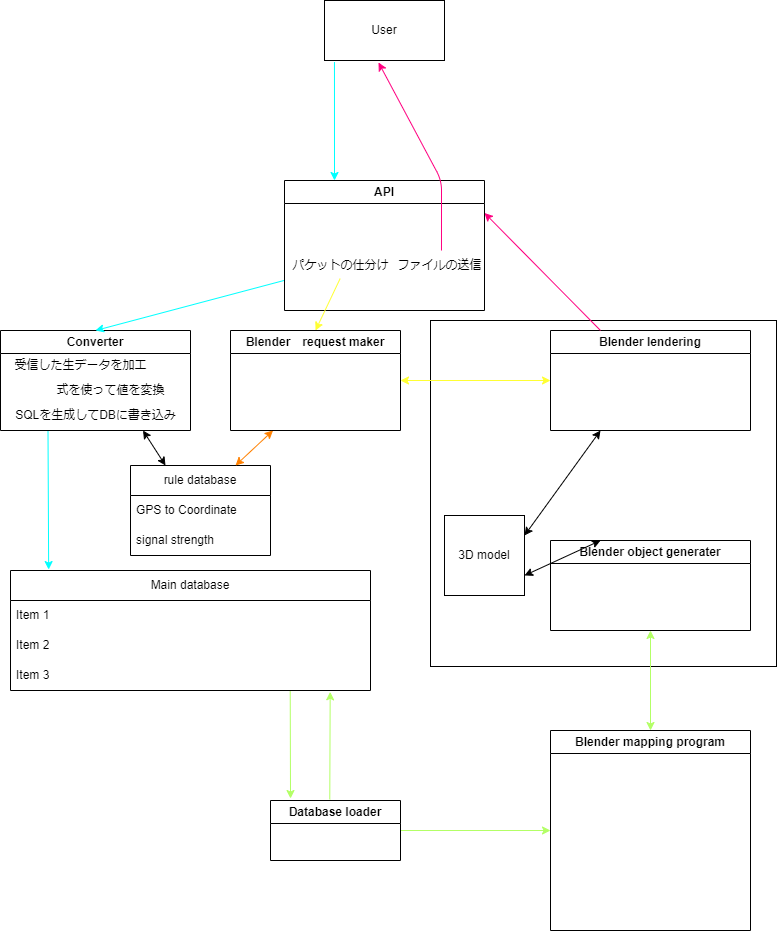
Above: setting/main.drawio.png in nanten-pi/PLATEAUpront (draw.io), before the change. Source tidied: cells renumbered, new cells last; positions are measured from the earlier drawing's top-left corner, leaving out a move shared by most shapes.
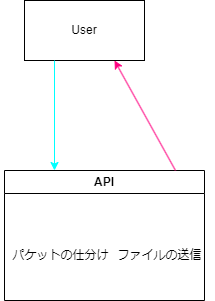
Above is the later version.

Change to the diagram source:
```diff
@@ -2,14 +2,11 @@
   <root>
     <mxCell id="0" />
     <mxCell id="1" parent="0" />
-    <mxCell id="2" style="whiteSpace=wrap;html=1;" parent="1" vertex="1">
-      <mxGeometry x="430" y="320" width="346" height="346" as="geometry" />
-    </mxCell>
     <mxCell id="3" value="User" style="rounded=0;whiteSpace=wrap;html=1;" parent="1" vertex="1">
-      <mxGeometry x="324" width="120" height="60" as="geometry" />
+      <mxGeometry x="290" y="10" width="120" height="60" as="geometry" />
     </mxCell>
     <mxCell id="4" value="API" style="swimlane;whiteSpace=wrap;html=1;" parent="1" vertex="1">
-      <mxGeometry x="284" y="180" width="200" height="130" as="geometry" />
+      <mxGeometry x="270" y="180" width="200" height="130" as="geometry" />
     </mxCell>
     <mxCell id="5" value="パケットの仕分け" style="text;html=1;align=center;verticalAlign=middle;points=[];strokeColor=none;fillColor=none;" parent="4" vertex="1">
       <mxGeometry x="-4" y="70" width="120" height="30" as="geometry" />
@@ -17,105 +14,18 @@
     <mxCell id="6" value="ファイルの送信" style="text;html=1;align=center;verticalAlign=middle;points=[];strokeColor=none;fillColor=none;" parent="4" vertex="1">
       <mxGeometry x="100" y="70" width="110" height="30" as="geometry" />
     </mxCell>
-    <mxCell id="7" style="endArrow=classic;html=1;entryX=0.45;entryY=1.033;entryDx=0;entryDy=0;entryPerimeter=0;exitX=0.518;exitY=0;exitDx=0;exitDy=0;exitPerimeter=0;fillColor=#d80073;strokeColor=#FF0080;" parent="1" edge="1" source="6" target="3">
+    <mxCell id="7" style="endArrow=classic;html=1;entryX=0.75;entryY=1;entryDx=0;entryDy=0;fillColor=#d80073;strokeColor=#FF0080;" parent="1" edge="1" target="3">
       <mxGeometry relative="1" as="geometry">
+        <mxPoint x="441" y="180" as="sourcePoint" />
         <Array as="points">
           <mxPoint x="441" y="180" />
         </Array>
       </mxGeometry>
     </mxCell>
-    <mxCell id="8" style="endArrow=classic;html=1;exitX=0.497;exitY=0.937;exitDx=0;exitDy=0;exitPerimeter=0;entryX=0.5;entryY=0;entryDx=0;entryDy=0;strokeColor=#FFFF33;fillColor=#6a00ff;" parent="1" edge="1" source="5" target="9">
-      <mxGeometry relative="1" as="geometry" />
-    </mxCell>
-    <mxCell id="9" value="Blender　request maker" style="swimlane;whiteSpace=wrap;html=1;" parent="1" vertex="1">
-      <mxGeometry x="230" y="330" width="170" height="100" as="geometry" />
-    </mxCell>
-    <mxCell id="10" style="edgeStyle=none;html=1;exitX=0.25;exitY=1;exitDx=0;exitDy=0;entryX=0.106;entryY=-0.008;entryDx=0;entryDy=0;entryPerimeter=0;strokeColor=#00FFFF;" parent="1" edge="1" source="11" target="21">
-      <mxGeometry relative="1" as="geometry" />
-    </mxCell>
-    <mxCell id="11" value="Converter" style="swimlane;whiteSpace=wrap;html=1;" parent="1" vertex="1">
-      <mxGeometry y="330" width="190" height="100" as="geometry" />
-    </mxCell>
-    <mxCell id="12" value="受信した生データを加工" style="text;html=1;align=center;verticalAlign=middle;strokeColor=none;fillColor=none;" parent="11" vertex="1">
-      <mxGeometry y="20" width="160" height="30" as="geometry" />
-    </mxCell>
-    <mxCell id="13" value="SQLを生成してDBに書き込み" style="text;html=1;align=center;verticalAlign=middle;strokeColor=none;fillColor=none;" parent="11" vertex="1">
-      <mxGeometry x="5" y="70" width="180" height="30" as="geometry" />
-    </mxCell>
-    <mxCell id="14" style="endArrow=classic;html=1;entryX=0.5;entryY=0;entryDx=0;entryDy=0;strokeColor=#00FFFF;" parent="1" edge="1" source="5" target="11">
-      <mxGeometry relative="1" as="geometry" />
-    </mxCell>
-    <mxCell id="15" value="rule database" style="swimlane;fontStyle=0;horizontal=1;startSize=30;whiteSpace=wrap;html=1;" parent="1" vertex="1">
-      <mxGeometry x="130" y="465" width="140" height="90" as="geometry" />
-    </mxCell>
-    <mxCell id="16" value="GPS to&amp;nbsp;&lt;span style=&quot;background-color: initial;&quot;&gt;Coordinate&lt;/span&gt;" style="text;strokeColor=none;fillColor=none;align=left;verticalAlign=middle;spacingLeft=4;spacingRight=4;overflow=hidden;whiteSpace=wrap;html=1;" parent="15" vertex="1">
-      <mxGeometry y="30" width="140" height="30" as="geometry" />
-    </mxCell>
-    <mxCell id="17" value="&lt;span lang=&quot;en&quot; class=&quot;HwtZe&quot;&gt;signal strength&lt;/span&gt;" style="text;strokeColor=none;fillColor=none;align=left;verticalAlign=middle;spacingLeft=4;spacingRight=4;overflow=hidden;whiteSpace=wrap;html=1;" parent="15" vertex="1">
-      <mxGeometry y="60" width="140" height="30" as="geometry" />
-    </mxCell>
-    <mxCell id="18" style="endArrow=classic;startArrow=classic;html=1;exitX=0.25;exitY=0;exitDx=0;exitDy=0;entryX=0.75;entryY=1;entryDx=0;entryDy=0;" parent="1" edge="1" source="15" target="11">
-      <mxGeometry relative="1" as="geometry" />
-    </mxCell>
-    <mxCell id="19" style="endArrow=classic;startArrow=classic;html=1;exitX=0.75;exitY=0;exitDx=0;exitDy=0;entryX=0.25;entryY=1;entryDx=0;entryDy=0;strokeColor=#FF8000;" parent="1" edge="1" source="15" target="9">
-      <mxGeometry relative="1" as="geometry" />
-    </mxCell>
-    <mxCell id="20" style="edgeStyle=none;html=1;exitX=0.777;exitY=1.008;exitDx=0;exitDy=0;entryX=0.154;entryY=-0.033;entryDx=0;entryDy=0;strokeColor=#B3FF66;exitPerimeter=0;entryPerimeter=0;fillColor=#60a917;" parent="1" edge="1" source="24" target="27">
-      <mxGeometry relative="1" as="geometry" />
-    </mxCell>
-    <mxCell id="21" value="Main database" style="swimlane;fontStyle=0;horizontal=1;startSize=30;whiteSpace=wrap;html=1;" parent="1" vertex="1">
-      <mxGeometry x="10" y="570" width="360" height="120" as="geometry" />
-    </mxCell>
-    <mxCell id="22" value="Item 1" style="text;strokeColor=none;fillColor=none;align=left;verticalAlign=middle;spacingLeft=4;spacingRight=4;overflow=hidden;whiteSpace=wrap;html=1;" parent="21" vertex="1">
-      <mxGeometry y="30" width="360" height="30" as="geometry" />
-    </mxCell>
-    <mxCell id="23" value="Item 2" style="text;strokeColor=none;fillColor=none;align=left;verticalAlign=middle;spacingLeft=4;spacingRight=4;overflow=hidden;whiteSpace=wrap;html=1;" parent="21" vertex="1">
-      <mxGeometry y="60" width="360" height="30" as="geometry" />
-    </mxCell>
-    <mxCell id="24" value="Item 3" style="text;strokeColor=none;fillColor=none;align=left;verticalAlign=middle;spacingLeft=4;spacingRight=4;overflow=hidden;points=[[0,0.5],[1,0.5]];portConstraint=eastwest;whiteSpace=wrap;html=1;" parent="21" vertex="1">
-      <mxGeometry y="90" width="360" height="30" as="geometry" />
-    </mxCell>
-    <mxCell id="25" style="edgeStyle=none;html=1;exitX=0.456;exitY=-0.017;exitDx=0;exitDy=0;strokeColor=#B3FF66;fillColor=#60a917;entryX=0.888;entryY=1.045;entryDx=0;entryDy=0;entryPerimeter=0;exitPerimeter=0;" parent="1" edge="1" source="27" target="24">
-      <mxGeometry relative="1" as="geometry" />
-    </mxCell>
-    <mxCell id="26" style="edgeStyle=none;html=1;exitX=1;exitY=0.5;exitDx=0;exitDy=0;entryX=0;entryY=0.5;entryDx=0;entryDy=0;strokeColor=#B3FF66;fillColor=#60a917;" parent="1" edge="1" source="27" target="33">
-      <mxGeometry relative="1" as="geometry" />
-    </mxCell>
-    <mxCell id="27" value="Database loader" style="swimlane;whiteSpace=wrap;html=1;" parent="1" vertex="1">
-      <mxGeometry x="270" y="800" width="130" height="60" as="geometry" />
-    </mxCell>
-    <mxCell id="28" value="Blender lendering" style="swimlane;whiteSpace=wrap;html=1;" parent="1" vertex="1">
-      <mxGeometry x="550" y="330" width="200" height="100" as="geometry" />
-    </mxCell>
-    <mxCell id="29" style="endArrow=classic;startArrow=classic;html=1;exitX=1;exitY=0.5;exitDx=0;exitDy=0;strokeColor=#FFFF33;entryX=0;entryY=0.5;entryDx=0;entryDy=0;" parent="1" edge="1" source="9" target="28">
-      <mxGeometry relative="1" as="geometry" />
-    </mxCell>
-    <mxCell id="30" style="endArrow=classic;html=1;strokeColor=#FF0080;entryX=1;entryY=0.25;entryDx=0;entryDy=0;exitX=0.25;exitY=0;exitDx=0;exitDy=0;" parent="1" edge="1" source="28" target="4">
-      <mxGeometry relative="1" as="geometry" />
-    </mxCell>
-    <mxCell id="31" style="endArrow=classic;html=1;entryX=0.25;entryY=0;entryDx=0;entryDy=0;exitX=0.083;exitY=1.025;exitDx=0;exitDy=0;exitPerimeter=0;fillColor=#0050ef;strokeColor=#00FFFF;" parent="1" edge="1" source="3" target="4">
-      <mxGeometry relative="1" as="geometry" />
+    <mxCell id="31" style="endArrow=classic;html=1;exitX=0.25;exitY=1;exitDx=0;exitDy=0;fillColor=#0050ef;strokeColor=#00FFFF;" parent="1" edge="1" source="3">
+      <mxGeometry relative="1" as="geometry">
+        <mxPoint x="320" y="180" as="targetPoint" />
+      </mxGeometry>
     </mxCell>
-    <mxCell id="32" value="式を使って値を変換&lt;br&gt;" style="text;html=1;align=center;verticalAlign=middle;strokeColor=none;fillColor=none;" parent="1" vertex="1">
-      <mxGeometry x="45" y="375" width="130" height="30" as="geometry" />
-    </mxCell>
-    <mxCell id="33" value="Blender mapping program" style="swimlane;whiteSpace=wrap;html=1;" parent="1" vertex="1">
-      <mxGeometry x="550" y="730" width="200" height="200" as="geometry" />
-    </mxCell>
-    <mxCell id="34" style="endArrow=classic;startArrow=classic;html=1;entryX=0.5;entryY=0;entryDx=0;entryDy=0;strokeColor=#B3FF66;exitX=0.5;exitY=1;exitDx=0;exitDy=0;" parent="1" edge="1" source="35" target="33">
-      <mxGeometry relative="1" as="geometry" />
-    </mxCell>
-    <mxCell id="35" value="Blender object generater" style="swimlane;whiteSpace=wrap;html=1;" parent="1" vertex="1">
-      <mxGeometry x="550" y="540" width="200" height="90" as="geometry" />
-    </mxCell>
-    <mxCell id="36" value="3D model" style="whiteSpace=wrap;html=1;" parent="1" vertex="1">
-      <mxGeometry x="444" y="515" width="80" height="80" as="geometry" />
-    </mxCell>
-    <mxCell id="37" style="endArrow=classic;startArrow=classic;html=1;exitX=1;exitY=0.25;exitDx=0;exitDy=0;entryX=0.25;entryY=1;entryDx=0;entryDy=0;" parent="1" edge="1" source="36" target="28">
-      <mxGeometry relative="1" as="geometry" />
-    </mxCell>
-    <mxCell id="38" style="endArrow=classic;startArrow=classic;html=1;entryX=0.25;entryY=0;entryDx=0;entryDy=0;exitX=1;exitY=0.75;exitDx=0;exitDy=0;" parent="1" edge="1" source="36" target="35">
-      <mxGeometry relative="1" as="geometry" />
-    </mxCell>
   </root>
 </mxGraphModel>
```
